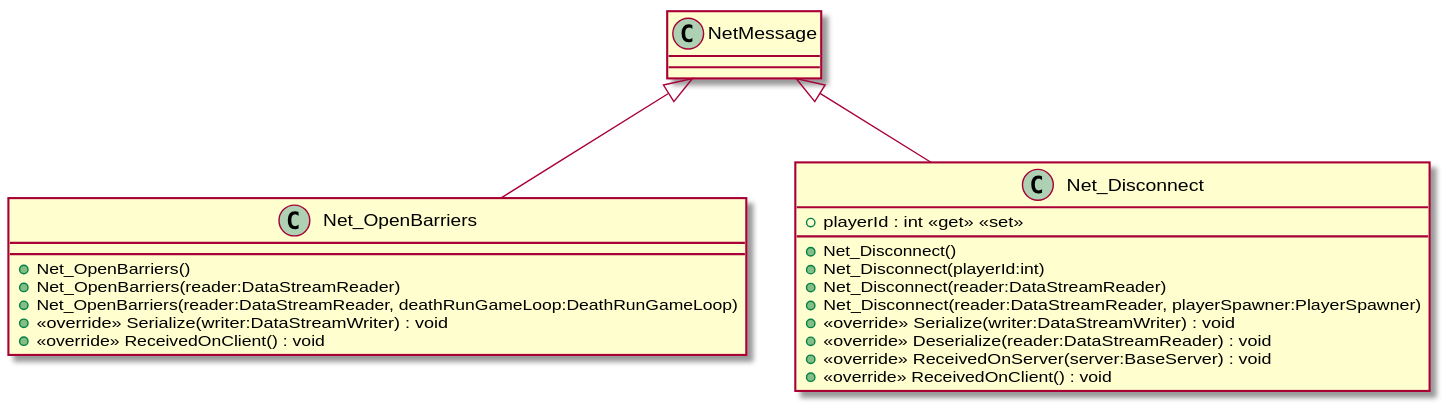
Before: UML/Network/Shared/Net_OpenBarriers.svg, a diagram exported from PlantUML (McYvar/NetworkProgramming).
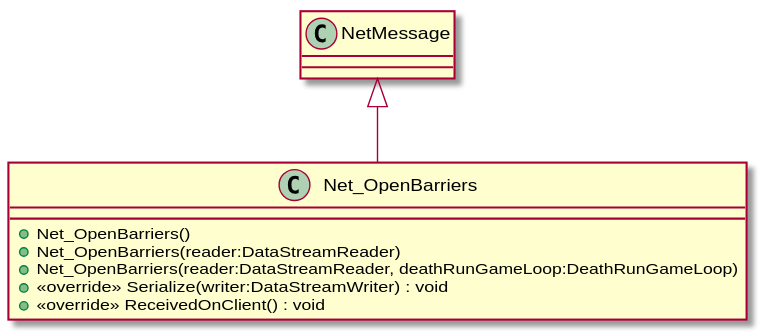
After the commit.

The edit, as a diff of the source:
```diff
@@ -6,17 +6,5 @@
     + <<override>> Serialize(writer:DataStreamWriter) : void
     + <<override>> ReceivedOnClient() : void
 }
-class Net_Disconnect {
-    + playerId : int <<get>> <<set>>
-    + Net_Disconnect()
-    + Net_Disconnect(playerId:int)
-    + Net_Disconnect(reader:DataStreamReader)
-    + Net_Disconnect(reader:DataStreamReader, playerSpawner:PlayerSpawner)
-    + <<override>> Serialize(writer:DataStreamWriter) : void
-    + <<override>> Deserialize(reader:DataStreamReader) : void
-    + <<override>> ReceivedOnServer(server:BaseServer) : void
-    + <<override>> ReceivedOnClient() : void
-}
 NetMessage <|-- Net_OpenBarriers
-NetMessage <|-- Net_Disconnect
 @enduml
```
